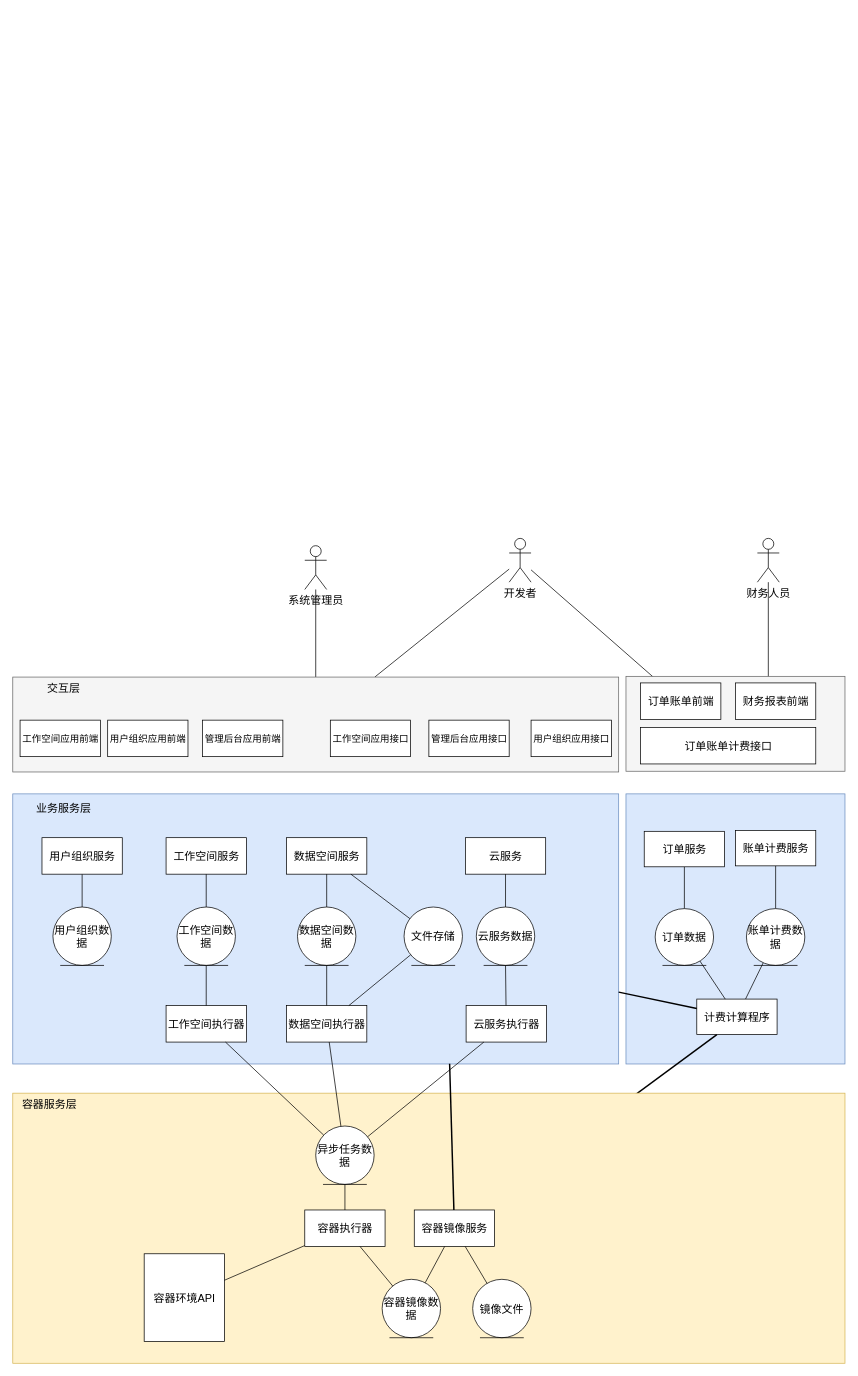
This is page "逻辑架构v1.0" (1 of 2) of _design_file/04.architecture/01.logic-desgin.drawio from tatawind/cloud-workspace-docs, a draw.io file, before an edit. Source tidied: cells renumbered, new cells numbered last; positions are measured from the earlier drawing's top-left corner, leaving out a move shared by most shapes. Both pictures are drawn from the tidied source at 73%, with x=0, y=0 at pixel (12, 538).
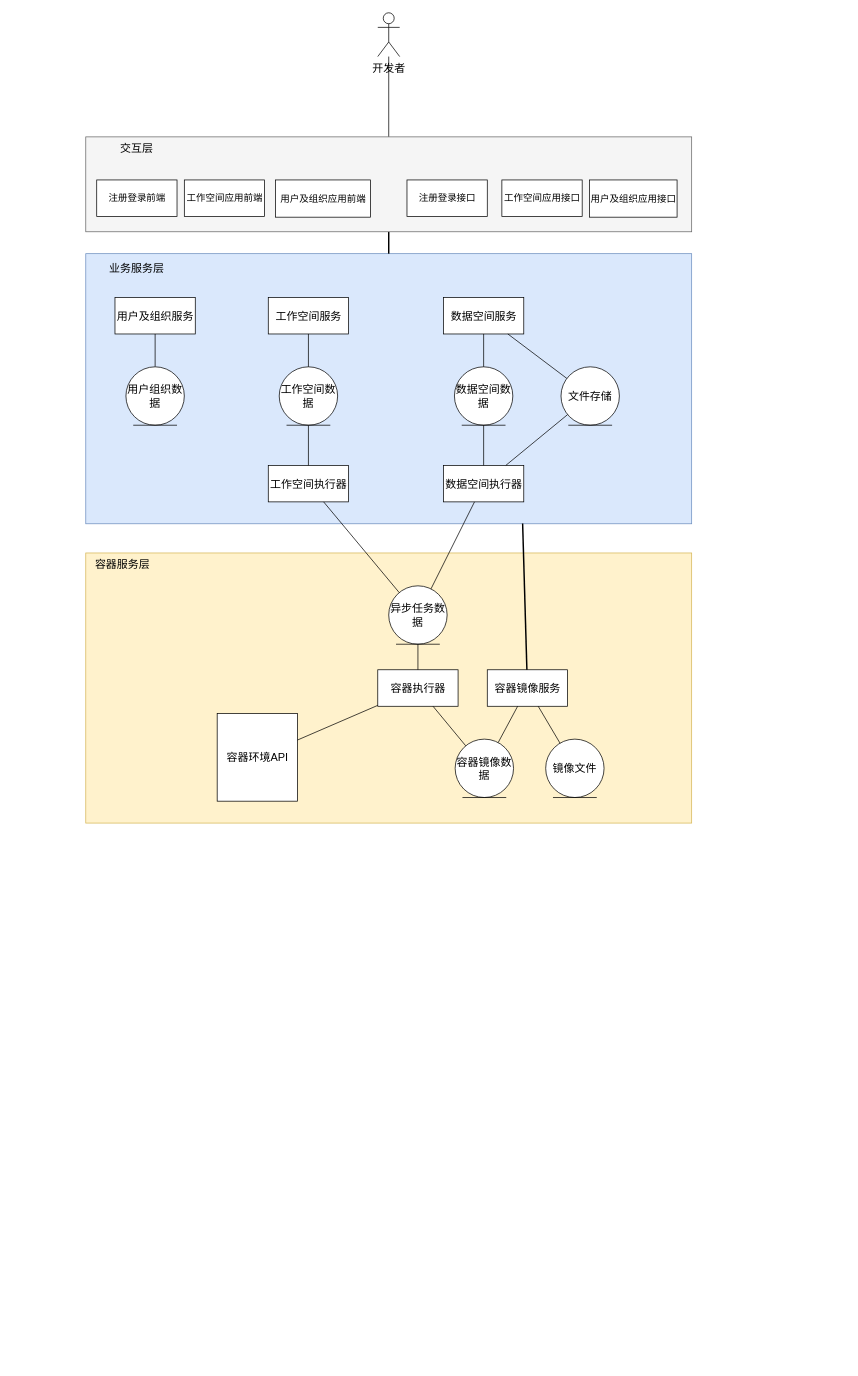
Above is the later version.

The edit, as a diff of the source:
```diff
@@
     <mxCell id="2" style="rounded=0;whiteSpace=wrap;html=1;fillColor=#dae8fc;strokeColor=#6c8ebf;fontSize=15;" parent="1" vertex="1">
-      <mxGeometry y="350" width="830" height="370" as="geometry" />
+      <mxGeometry x="100" y="-390" width="830" height="370" as="geometry" />
     </mxCell>
     <mxCell id="3" value="业务服务层" style="text;html=1;strokeColor=none;fillColor=none;align=center;verticalAlign=middle;whiteSpace=wrap;rounded=0;fontSize=15;" parent="1" vertex="1">
-      <mxGeometry x="20" y="360" width="100" height="20" as="geometry" />
+      <mxGeometry x="120" y="-380" width="100" height="20" as="geometry" />
     </mxCell>
     <mxCell id="4" value="工作空间服务" style="html=1;fontSize=15;" parent="1" vertex="1">
-      <mxGeometry x="210" y="410" width="110" height="50" as="geometry" />
+      <mxGeometry x="350" y="-330" width="110" height="50" as="geometry" />
     </mxCell>
     <mxCell id="5" value="数据空间服务" style="html=1;fontSize=15;" parent="1" vertex="1">
-      <mxGeometry x="375" y="410" width="110" height="50" as="geometry" />
+      <mxGeometry x="590" y="-330" width="110" height="50" as="geometry" />
     </mxCell>
-    <mxCell id="6" value="云服务" style="html=1;fontSize=15;" parent="1" vertex="1">
-      <mxGeometry x="620" y="410" width="110" height="50" as="geometry" />
-    </mxCell>
     <mxCell id="7" value="工作空间执行器" style="html=1;fontSize=15;" parent="1" vertex="1">
-      <mxGeometry x="210" y="640" width="110" height="50" as="geometry" />
+      <mxGeometry x="350" y="-100" width="110" height="50" as="geometry" />
     </mxCell>
-    <mxCell id="8" value="云服务执行器" style="html=1;fontSize=15;" parent="1" vertex="1">
-      <mxGeometry x="621" y="640" width="110" height="50" as="geometry" />
-    </mxCell>
     <mxCell id="9" value="数据空间执行器" style="html=1;fontSize=15;" parent="1" vertex="1">
-      <mxGeometry x="375" y="640" width="110" height="50" as="geometry" />
+      <mxGeometry x="590" y="-100" width="110" height="50" as="geometry" />
     </mxCell>
@@
     <mxCell id="11" value="工作空间数据" style="ellipse;shape=umlEntity;whiteSpace=wrap;html=1;fontSize=15;" parent="1" vertex="1">
-      <mxGeometry x="225" y="505" width="80" height="80" as="geometry" />
+      <mxGeometry x="365" y="-235" width="80" height="80" as="geometry" />
     </mxCell>
@@
     <mxCell id="13" value="文件存储" style="ellipse;shape=umlEntity;whiteSpace=wrap;html=1;fontSize=15;" parent="1" vertex="1">
-      <mxGeometry x="536" y="505" width="80" height="80" as="geometry" />
+      <mxGeometry x="751" y="-235" width="80" height="80" as="geometry" />
     </mxCell>
@@
-    <mxCell id="16" value="云服务数据" style="ellipse;shape=umlEntity;whiteSpace=wrap;html=1;fontSize=15;" parent="1" vertex="1">
-      <mxGeometry x="635" y="505" width="80" height="80" as="geometry" />
-    </mxCell>
-    <mxCell id="17" style="edgeStyle=none;html=1;endArrow=none;endFill=0;fontSize=15;" parent="1" edge="1" source="6" target="16">
-      <mxGeometry relative="1" as="geometry" />
-    </mxCell>
-    <mxCell id="18" style="edgeStyle=none;html=1;entryX=0.5;entryY=1;entryDx=0;entryDy=0;endArrow=none;endFill=0;fontSize=15;" parent="1" edge="1" source="8" target="16">
-      <mxGeometry relative="1" as="geometry" />
-    </mxCell>
     <mxCell id="19" value="数据空间数据" style="ellipse;shape=umlEntity;whiteSpace=wrap;html=1;fontSize=15;" parent="1" vertex="1">
-      <mxGeometry x="390" y="505" width="80" height="80" as="geometry" />
+      <mxGeometry x="605" y="-235" width="80" height="80" as="geometry" />
     </mxCell>
@@
-    <mxCell id="23" style="edgeStyle=none;html=1;strokeWidth=1;fontSize=15;endArrow=none;endFill=0;endSize=6;" parent="1" edge="1" source="24" target="52">
-      <mxGeometry relative="1" as="geometry" />
-    </mxCell>
     <mxCell id="24" value="开发者" style="shape=umlActor;verticalLabelPosition=bottom;verticalAlign=top;html=1;fontSize=15;" parent="1" vertex="1">
-      <mxGeometry x="680" width="30" height="60" as="geometry" />
+      <mxGeometry x="500" y="-720" width="30" height="60" as="geometry" />
     </mxCell>
-    <mxCell id="25" style="edgeStyle=none;html=1;strokeWidth=1;fontSize=15;endArrow=none;endFill=0;endSize=6;" parent="1" edge="1" source="26" target="29">
-      <mxGeometry relative="1" as="geometry" />
-    </mxCell>
-    <mxCell id="26" value="系统管理员" style="shape=umlActor;verticalLabelPosition=bottom;verticalAlign=top;html=1;fontSize=15;" parent="1" vertex="1">
-      <mxGeometry x="400" y="10" width="30" height="60" as="geometry" />
-    </mxCell>
-    <mxCell id="27" style="edgeStyle=none;html=1;strokeWidth=1;fontSize=15;endArrow=none;endFill=0;endSize=6;" parent="1" edge="1" source="28">
-      <mxGeometry relative="1" as="geometry">
-        <mxPoint x="1035" y="190" as="targetPoint" />
-      </mxGeometry>
-    </mxCell>
-    <mxCell id="28" value="财务人员" style="shape=umlActor;verticalLabelPosition=bottom;verticalAlign=top;html=1;fontSize=15;" parent="1" vertex="1">
-      <mxGeometry x="1020" width="30" height="60" as="geometry" />
-    </mxCell>
+    <mxCell id="76" style="edgeStyle=none;html=1;strokeWidth=2;endArrow=none;endFill=0;" parent="1" edge="1" source="29" target="2">
+      <mxGeometry relative="1" as="geometry" />
+    </mxCell>
     <mxCell id="29" style="rounded=0;whiteSpace=wrap;html=1;fontSize=13;fillColor=#f5f5f5;strokeColor=#666666;fontColor=#333333;" parent="1" vertex="1">
-      <mxGeometry y="190" width="830" height="130" as="geometry" />
+      <mxGeometry x="100" y="-550" width="830" height="130" as="geometry" />
     </mxCell>
     <mxCell id="30" value="工作空间应用前端" style="html=1;fontSize=13;" parent="1" vertex="1">
-      <mxGeometry x="10" y="249" width="110" height="50" as="geometry" />
+      <mxGeometry x="235" y="-491" width="110" height="50" as="geometry" />
     </mxCell>
     <mxCell id="31" value="工作空间应用接口" style="html=1;fontSize=13;" parent="1" vertex="1">
-      <mxGeometry x="435" y="249" width="110" height="50" as="geometry" />
+      <mxGeometry x="670" y="-491" width="110" height="50" as="geometry" />
     </mxCell>
-    <mxCell id="32" value="管理后台应用接口" style="html=1;fontSize=13;" parent="1" vertex="1">
-      <mxGeometry x="570" y="249" width="110" height="50" as="geometry" />
-    </mxCell>
-    <mxCell id="33" value="用户组织应用接口" style="html=1;fontSize=13;" parent="1" vertex="1">
-      <mxGeometry x="710" y="249" width="110" height="50" as="geometry" />
+    <mxCell id="33" value="用户及组织应用接口" style="html=1;fontSize=13;" parent="1" vertex="1">
+      <mxGeometry x="790" y="-491" width="120" height="51" as="geometry" />
     </mxCell>
-    <mxCell id="34" value="管理后台应用前端" style="html=1;fontSize=13;" parent="1" vertex="1">
-      <mxGeometry x="260" y="249" width="110" height="50" as="geometry" />
-    </mxCell>
-    <mxCell id="35" value="用户组织应用前端" style="html=1;fontSize=13;" parent="1" vertex="1">
-      <mxGeometry x="130" y="249" width="110" height="50" as="geometry" />
+    <mxCell id="35" value="用户及组织应用前端" style="html=1;fontSize=13;" parent="1" vertex="1">
+      <mxGeometry x="360" y="-491" width="130" height="51" as="geometry" />
     </mxCell>
     <mxCell id="36" value="交互层" style="text;html=1;strokeColor=none;fillColor=none;align=center;verticalAlign=middle;whiteSpace=wrap;rounded=0;fontSize=15;" parent="1" vertex="1">
-      <mxGeometry x="40" y="190" width="60" height="30" as="geometry" />
+      <mxGeometry x="140" y="-550" width="60" height="30" as="geometry" />
     </mxCell>
-    <mxCell id="37" style="rounded=0;whiteSpace=wrap;html=1;fontSize=15;fillColor=#dae8fc;strokeColor=#6c8ebf;" parent="1" vertex="1">
-      <mxGeometry x="840" y="350" width="300" height="370" as="geometry" />
-    </mxCell>
-    <mxCell id="38" style="edgeStyle=none;html=1;strokeWidth=1;fontSize=15;endArrow=none;endFill=0;endSize=6;" parent="1" edge="1" source="39" target="41">
-      <mxGeometry relative="1" as="geometry" />
-    </mxCell>
-    <mxCell id="39" value="账单计费服务" style="html=1;fontSize=15;" parent="1" vertex="1">
-      <mxGeometry x="990" y="400" width="110" height="48.6" as="geometry" />
-    </mxCell>
-    <mxCell id="40" style="edgeStyle=none;html=1;strokeWidth=1;fontSize=15;endArrow=none;endFill=0;endSize=6;" parent="1" edge="1" source="41" target="42">
-      <mxGeometry relative="1" as="geometry" />
-    </mxCell>
-    <mxCell id="41" value="账单计费数据" style="ellipse;shape=umlEntity;whiteSpace=wrap;html=1;fontSize=15;" parent="1" vertex="1">
-      <mxGeometry x="1005" y="507.2" width="80" height="77.8" as="geometry" />
-    </mxCell>
-    <mxCell id="42" value="计费计算程序" style="html=1;fontSize=15;" parent="1" vertex="1">
-      <mxGeometry x="937" y="631.1" width="110" height="48.6" as="geometry" />
-    </mxCell>
-    <mxCell id="43" style="edgeStyle=none;html=1;strokeWidth=2;fontSize=15;endArrow=none;endFill=0;endSize=6;" parent="1" edge="1" source="42" target="2">
-      <mxGeometry relative="1" as="geometry" />
-    </mxCell>
-    <mxCell id="44" style="edgeStyle=none;html=1;strokeWidth=2;fontSize=15;endArrow=none;endFill=0;endSize=6;exitX=0.25;exitY=1;exitDx=0;exitDy=0;" parent="1" edge="1" source="42" target="57">
-      <mxGeometry relative="1" as="geometry" />
-    </mxCell>
-    <mxCell id="45" style="edgeStyle=none;html=1;strokeWidth=1;fontSize=15;endArrow=none;endFill=0;endSize=6;" parent="1" edge="1" source="46" target="48">
-      <mxGeometry relative="1" as="geometry" />
-    </mxCell>
-    <mxCell id="46" value="订单服务" style="html=1;fontSize=15;" parent="1" vertex="1">
-      <mxGeometry x="865" y="401.3" width="110" height="48.6" as="geometry" />
-    </mxCell>
-    <mxCell id="47" style="edgeStyle=none;html=1;strokeWidth=1;fontSize=15;endArrow=none;endFill=0;endSize=6;" parent="1" edge="1" source="48" target="42">
-      <mxGeometry relative="1" as="geometry" />
-    </mxCell>
-    <mxCell id="48" value="订单数据" style="ellipse;shape=umlEntity;whiteSpace=wrap;html=1;fontSize=15;" parent="1" vertex="1">
-      <mxGeometry x="880" y="507.2" width="80" height="77.8" as="geometry" />
-    </mxCell>
-    <mxCell id="49" style="group;" parent="1" vertex="1">
-      <mxGeometry x="840" y="189" width="300" height="130" as="geometry" />
-    </mxCell>
-    <mxCell id="50" style="rounded=0;whiteSpace=wrap;html=1;fontSize=15;fillColor=#f5f5f5;strokeColor=#666666;fontColor=#333333;" parent="49" vertex="1">
-      <mxGeometry width="300" height="130" as="geometry" />
-    </mxCell>
-    <mxCell id="51" style="group;" parent="49" vertex="1">
-      <mxGeometry x="20" y="9" width="240" height="111" as="geometry" />
-    </mxCell>
-    <mxCell id="52" value="订单账单前端" style="html=1;fontSize=15;" parent="51" vertex="1">
-      <mxGeometry width="110" height="50" as="geometry" />
-    </mxCell>
-    <mxCell id="53" value="财务报表前端" style="html=1;fontSize=15;" parent="51" vertex="1">
-      <mxGeometry x="130" width="110" height="50" as="geometry" />
-    </mxCell>
-    <mxCell id="54" value="订单账单计费接口" style="html=1;fontSize=15;" parent="51" vertex="1">
-      <mxGeometry y="61" width="240" height="50" as="geometry" />
-    </mxCell>
-    <mxCell id="55" style="group;" parent="1" vertex="1">
-      <mxGeometry y="760" width="1140" height="370" as="geometry" />
-    </mxCell>
+    <mxCell id="73" style="edgeStyle=none;html=1;endArrow=none;endFill=0;" parent="1" edge="1" source="74" target="75">
+      <mxGeometry relative="1" as="geometry" />
+    </mxCell>
+    <mxCell id="74" value="用户及组织服务" style="html=1;fontSize=15;" parent="1" vertex="1">
+      <mxGeometry x="140" y="-330" width="110" height="50" as="geometry" />
+    </mxCell>
+    <mxCell id="75" value="用户组织数据" style="ellipse;shape=umlEntity;whiteSpace=wrap;html=1;fontSize=15;" parent="1" vertex="1">
+      <mxGeometry x="155" y="-235" width="80" height="80" as="geometry" />
+    </mxCell>
+    <mxCell id="77" style="group;" parent="1" vertex="1">
+      <mxGeometry x="100" y="20" width="830" height="370" as="geometry" />
+    </mxCell>
-    <mxCell id="56" style="rounded=0;whiteSpace=wrap;html=1;fillColor=#fff2cc;strokeColor=#d6b656;fontSize=15;" parent="55" vertex="1">
-      <mxGeometry width="1140" height="370" as="geometry" />
+    <mxCell id="56" style="rounded=0;whiteSpace=wrap;html=1;fillColor=#fff2cc;strokeColor=#d6b656;fontSize=15;" parent="77" vertex="1">
+      <mxGeometry width="830" height="370" as="geometry" />
     </mxCell>
-    <mxCell id="57" value="容器镜像服务" style="html=1;fontSize=15;" parent="55" vertex="1">
+    <mxCell id="57" value="容器镜像服务" style="html=1;fontSize=15;" parent="77" vertex="1">
       <mxGeometry x="550" y="160" width="110" height="50" as="geometry" />
     </mxCell>
-    <mxCell id="58" value="容器执行器" style="html=1;fontSize=15;" parent="55" vertex="1">
+    <mxCell id="58" value="容器执行器" style="html=1;fontSize=15;" parent="77" vertex="1">
       <mxGeometry x="400" y="160" width="110" height="50" as="geometry" />
     </mxCell>
-    <mxCell id="59" value="容器镜像数据" style="ellipse;shape=umlEntity;whiteSpace=wrap;html=1;fontSize=15;" parent="55" vertex="1">
+    <mxCell id="59" value="容器镜像数据" style="ellipse;shape=umlEntity;whiteSpace=wrap;html=1;fontSize=15;" parent="77" vertex="1">
       <mxGeometry x="506" y="255" width="80" height="80" as="geometry" />
     </mxCell>
-    <mxCell id="60" style="edgeStyle=none;html=1;endArrow=none;endFill=0;fontSize=15;" parent="55" edge="1" source="57" target="59">
+    <mxCell id="60" style="edgeStyle=none;html=1;endArrow=none;endFill=0;fontSize=15;" parent="77" edge="1" source="57" target="59">
       <mxGeometry relative="1" as="geometry" />
     </mxCell>
-    <mxCell id="61" style="edgeStyle=none;html=1;endArrow=none;endFill=0;fontSize=15;" parent="55" edge="1" source="58" target="59">
+    <mxCell id="61" style="edgeStyle=none;html=1;endArrow=none;endFill=0;fontSize=15;" parent="77" edge="1" source="58" target="59">
       <mxGeometry relative="1" as="geometry" />
     </mxCell>
-    <mxCell id="62" value="异步任务数据" style="ellipse;shape=umlEntity;whiteSpace=wrap;html=1;fontSize=15;" parent="55" vertex="1">
+    <mxCell id="62" value="异步任务数据" style="ellipse;shape=umlEntity;whiteSpace=wrap;html=1;fontSize=15;" parent="77" vertex="1">
       <mxGeometry x="415" y="45" width="80" height="80" as="geometry" />
     </mxCell>
-    <mxCell id="63" style="edgeStyle=none;html=1;endArrow=none;endFill=0;fontSize=15;" parent="55" edge="1" source="58" target="62">
+    <mxCell id="63" style="edgeStyle=none;html=1;endArrow=none;endFill=0;fontSize=15;" parent="77" edge="1" source="58" target="62">
       <mxGeometry relative="1" as="geometry" />
     </mxCell>
-    <mxCell id="64" value="镜像文件" style="ellipse;shape=umlEntity;whiteSpace=wrap;html=1;fontSize=15;" parent="55" vertex="1">
+    <mxCell id="64" value="镜像文件" style="ellipse;shape=umlEntity;whiteSpace=wrap;html=1;fontSize=15;" parent="77" vertex="1">
       <mxGeometry x="630" y="255" width="80" height="80" as="geometry" />
     </mxCell>
-    <mxCell id="65" style="edgeStyle=none;html=1;endArrow=none;endFill=0;fontSize=15;" parent="55" edge="1" source="57" target="64">
+    <mxCell id="65" style="edgeStyle=none;html=1;endArrow=none;endFill=0;fontSize=15;" parent="77" edge="1" source="57" target="64">
       <mxGeometry relative="1" as="geometry" />
     </mxCell>
-    <mxCell id="66" value="容器服务层" style="text;html=1;align=center;verticalAlign=middle;strokeColor=none;fillColor=none;fontSize=15;" parent="55" vertex="1">
+    <mxCell id="66" value="容器服务层" style="text;html=1;align=center;verticalAlign=middle;strokeColor=none;fillColor=none;fontSize=15;" parent="77" vertex="1">
       <mxGeometry width="100" height="30" as="geometry" />
     </mxCell>
-    <mxCell id="67" value="容器环境API" style="html=1;fontSize=15;" parent="55" vertex="1">
+    <mxCell id="67" value="容器环境API" style="html=1;fontSize=15;" parent="77" vertex="1">
       <mxGeometry x="180" y="220" width="110" height="120" as="geometry" />
     </mxCell>
-    <mxCell id="68" style="edgeStyle=none;html=1;strokeWidth=1;fontSize=15;endArrow=none;endFill=0;endSize=6;" parent="55" edge="1" source="58" target="67">
+    <mxCell id="68" style="edgeStyle=none;html=1;strokeWidth=1;fontSize=15;endArrow=none;endFill=0;endSize=6;" parent="77" edge="1" source="58" target="67">
       <mxGeometry relative="1" as="geometry" />
     </mxCell>
@@
-    <mxCell id="71" style="edgeStyle=none;html=1;endArrow=none;endFill=0;fontSize=15;" parent="1" edge="1" source="8" target="62">
-      <mxGeometry relative="1" as="geometry" />
-    </mxCell>
@@
-    <mxCell id="73" style="edgeStyle=none;html=1;endArrow=none;endFill=0;" parent="1" edge="1" source="74" target="75">
-      <mxGeometry relative="1" as="geometry" />
-    </mxCell>
-    <mxCell id="74" value="用户组织服务" style="html=1;fontSize=15;" parent="1" vertex="1">
-      <mxGeometry x="40" y="410" width="110" height="50" as="geometry" />
-    </mxCell>
-    <mxCell id="75" value="用户组织数据" style="ellipse;shape=umlEntity;whiteSpace=wrap;html=1;fontSize=15;" parent="1" vertex="1">
-      <mxGeometry x="55" y="505" width="80" height="80" as="geometry" />
-    </mxCell>
+    <mxCell id="78" value="注册登录前端" style="html=1;fontSize=13;" parent="1" vertex="1">
+      <mxGeometry x="115" y="-491" width="110" height="50" as="geometry" />
+    </mxCell>
+    <mxCell id="79" value="注册登录接口" style="html=1;fontSize=13;" parent="1" vertex="1">
+      <mxGeometry x="540" y="-491" width="110" height="50" as="geometry" />
+    </mxCell>
```
